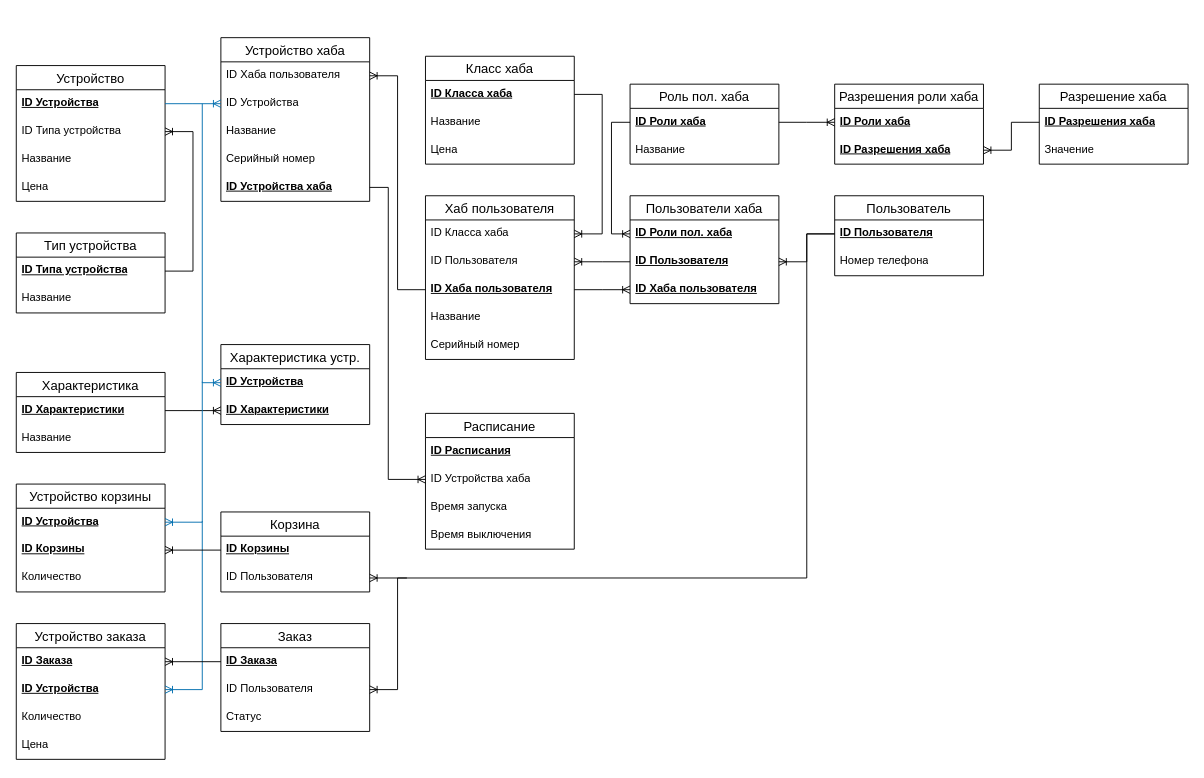
Before: systems-engineering/er-diagram.drawio in mkstas/LearningVyatSu, a draw.io diagram. Source tidied: cells renumbered, new cells numbered last; positions are measured from the earlier drawing's top-left corner, leaving out a move shared by most shapes. Both pictures are drawn from the tidied source at 93%, with x=0, y=0 at pixel (16, 37).
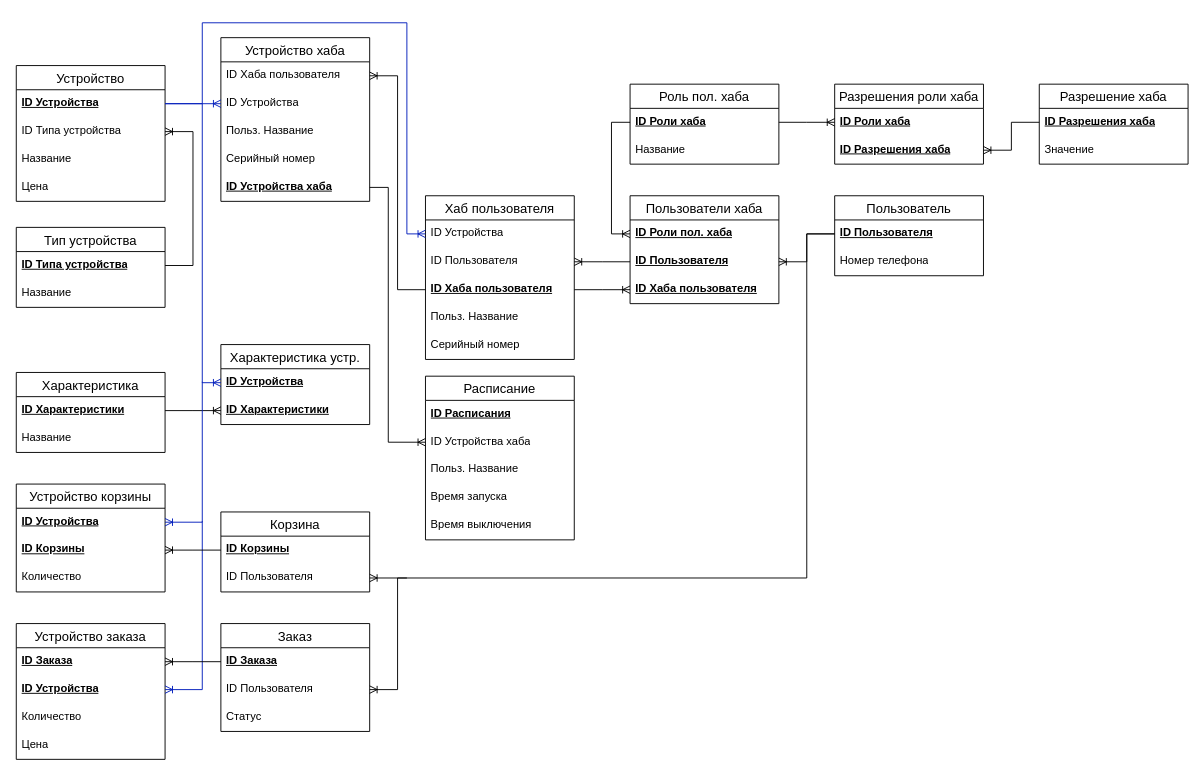
After the change.

The change refers to these unchanged cells:
```xml
<mxCell id="6" value="ID Устройства" style="text;strokeColor=none;fillColor=none;spacingLeft=4;spacingRight=4;overflow=hidden;points=[[0,0.5],[1,0.5]];portConstraint=eastwest;fontSize=12;whiteSpace=wrap;html=1;fontStyle=5;" parent="5" vertex="1">
  <mxGeometry y="26" width="160" height="30" as="geometry" />
</mxCell>
<mxCell id="14" value="Устройство хаба" style="swimlane;fontStyle=0;horizontal=1;startSize=26;align=center;fontSize=14;" parent="1" vertex="1">
  <mxGeometry x="220" width="160" height="176" as="geometry" />
</mxCell>
<mxCell id="16" value="ID Устройства" style="text;strokeColor=none;fillColor=none;spacingLeft=4;spacingRight=4;overflow=hidden;points=[[0,0.5],[1,0.5]];portConstraint=eastwest;fontSize=12;whiteSpace=wrap;html=1;" parent="14" vertex="1">
  <mxGeometry y="56" width="160" height="30" as="geometry" />
</mxCell>
<mxCell id="19" value="ID Устройства хаба" style="text;strokeColor=none;fillColor=none;spacingLeft=4;spacingRight=4;overflow=hidden;points=[[0,0.5],[1,0.5]];portConstraint=eastwest;fontSize=12;whiteSpace=wrap;html=1;fontStyle=5;" parent="14" vertex="1">
  <mxGeometry y="146" width="160" height="30" as="geometry" />
</mxCell>
<mxCell id="23" value="Хаб пользователя" style="swimlane;fontStyle=0;horizontal=1;startSize=26;align=center;fontSize=14;" parent="1" vertex="1">
  <mxGeometry x="440" y="170" width="160" height="176" as="geometry" />
</mxCell>
<mxCell id="53" value="ID Устройства" style="text;strokeColor=none;fillColor=none;spacingLeft=4;spacingRight=4;overflow=hidden;points=[[0,0.5],[1,0.5]];portConstraint=eastwest;fontSize=12;whiteSpace=wrap;html=1;fontStyle=5;" parent="52" vertex="1">
  <mxGeometry y="26" width="160" height="30" as="geometry" />
</mxCell>
<mxCell id="59" value="ID Устройства хаба" style="text;strokeColor=none;fillColor=none;spacingLeft=4;spacingRight=4;overflow=hidden;points=[[0,0.5],[1,0.5]];portConstraint=eastwest;fontSize=12;whiteSpace=wrap;html=1;" parent="57" vertex="1">
  <mxGeometry y="56" width="160" height="30" as="geometry" />
</mxCell>
<mxCell id="65" value="ID Устройства" style="text;strokeColor=none;fillColor=none;spacingLeft=4;spacingRight=4;overflow=hidden;points=[[0,0.5],[1,0.5]];portConstraint=eastwest;fontSize=12;whiteSpace=wrap;html=1;fontStyle=5;" parent="64" vertex="1">
  <mxGeometry y="26" width="160" height="30" as="geometry" />
</mxCell>
<mxCell id="74" value="ID Устройства" style="text;strokeColor=none;fillColor=none;spacingLeft=4;spacingRight=4;overflow=hidden;points=[[0,0.5],[1,0.5]];portConstraint=eastwest;fontSize=12;whiteSpace=wrap;html=1;fontStyle=5;" parent="72" vertex="1">
  <mxGeometry y="56" width="160" height="30" as="geometry" />
</mxCell>
```

The edit, as a diff of the source:
```diff
@@
     <mxCell id="2" value="Тип устройства" style="swimlane;fontStyle=0;horizontal=1;startSize=26;align=center;fontSize=14;" parent="1" vertex="1">
-      <mxGeometry y="210" width="160" height="86" as="geometry" />
+      <mxGeometry y="204" width="160" height="86" as="geometry" />
     </mxCell>
@@
-    <mxCell id="10" value="Класс хаба" style="swimlane;fontStyle=0;horizontal=1;startSize=26;align=center;fontSize=14;" parent="1" vertex="1">
-      <mxGeometry x="440" y="20" width="160" height="116" as="geometry" />
-    </mxCell>
-    <mxCell id="11" value="ID Класса хаба" style="text;strokeColor=none;fillColor=none;spacingLeft=4;spacingRight=4;overflow=hidden;points=[[0,0.5],[1,0.5]];portConstraint=eastwest;fontSize=12;whiteSpace=wrap;html=1;fontStyle=5;" parent="10" vertex="1">
-      <mxGeometry y="26" width="160" height="30" as="geometry" />
-    </mxCell>
-    <mxCell id="12" value="Название" style="text;strokeColor=none;fillColor=none;spacingLeft=4;spacingRight=4;overflow=hidden;fontSize=12;whiteSpace=wrap;html=1;" parent="10" vertex="1">
-      <mxGeometry y="56" width="160" height="30" as="geometry" />
-    </mxCell>
-    <mxCell id="13" value="Цена" style="text;strokeColor=none;fillColor=none;spacingLeft=4;spacingRight=4;overflow=hidden;fontSize=12;whiteSpace=wrap;html=1;" parent="10" vertex="1">
-      <mxGeometry y="86" width="160" height="30" as="geometry" />
-    </mxCell>
@@
-    <mxCell id="17" value="Название" style="text;strokeColor=none;fillColor=none;spacingLeft=4;spacingRight=4;overflow=hidden;fontSize=12;whiteSpace=wrap;html=1;" parent="14" vertex="1">
+    <mxCell id="17" value="Польз. Название" style="text;strokeColor=none;fillColor=none;spacingLeft=4;spacingRight=4;overflow=hidden;fontSize=12;whiteSpace=wrap;html=1;" parent="14" vertex="1">
       <mxGeometry y="86" width="160" height="30" as="geometry" />
     </mxCell>
@@
-    <mxCell id="24" value="ID Класса хаба" style="text;strokeColor=none;fillColor=none;spacingLeft=4;spacingRight=4;overflow=hidden;points=[[0,0.5],[1,0.5]];portConstraint=eastwest;fontSize=12;whiteSpace=wrap;html=1;" parent="23" vertex="1">
+    <mxCell id="24" value="ID Устройства" style="text;strokeColor=none;fillColor=none;spacingLeft=4;spacingRight=4;overflow=hidden;points=[[0,0.5],[1,0.5]];portConstraint=eastwest;fontSize=12;whiteSpace=wrap;html=1;" parent="23" vertex="1">
       <mxGeometry y="26" width="160" height="30" as="geometry" />
     </mxCell>
@@
-    <mxCell id="27" value="Название" style="text;strokeColor=none;fillColor=none;spacingLeft=4;spacingRight=4;overflow=hidden;fontSize=12;whiteSpace=wrap;html=1;" parent="23" vertex="1">
+    <mxCell id="27" value="Польз. Название" style="text;strokeColor=none;fillColor=none;spacingLeft=4;spacingRight=4;overflow=hidden;fontSize=12;whiteSpace=wrap;html=1;" parent="23" vertex="1">
       <mxGeometry y="116" width="160" height="30" as="geometry" />
     </mxCell>
@@
-    <mxCell id="30" style="edgeStyle=entityRelationEdgeStyle;fontSize=12;html=1;endArrow=ERoneToMany;rounded=0;" parent="1" edge="1" source="11" target="24">
-      <mxGeometry relative="1" as="geometry" />
-    </mxCell>
@@
-    <mxCell id="55" style="edgeStyle=entityRelationEdgeStyle;fontSize=12;html=1;endArrow=ERoneToMany;rounded=0;fillColor=#1ba1e2;strokeColor=#006EAF;" parent="1" edge="1" source="6" target="16">
+    <mxCell id="55" style="edgeStyle=entityRelationEdgeStyle;fontSize=12;html=1;endArrow=ERoneToMany;rounded=0;fillColor=#0050ef;strokeColor=#001DBC;" parent="1" edge="1" source="6" target="16">
       <mxGeometry relative="1" as="geometry" />
     </mxCell>
@@
     <mxCell id="57" value="Расписание" style="swimlane;fontStyle=0;horizontal=1;startSize=26;align=center;fontSize=14;" parent="1" vertex="1">
-      <mxGeometry x="440" y="404" width="160" height="146" as="geometry" />
+      <mxGeometry x="440" y="364" width="160" height="176" as="geometry" />
     </mxCell>
@@
+    <mxCell id="88" value="Польз. Название" style="text;strokeColor=none;fillColor=none;spacingLeft=4;spacingRight=4;overflow=hidden;fontSize=12;whiteSpace=wrap;html=1;" parent="57" vertex="1">
+      <mxGeometry y="86" width="160" height="30" as="geometry" />
+    </mxCell>
     <mxCell id="60" value="Время запуска" style="text;strokeColor=none;fillColor=none;spacingLeft=4;spacingRight=4;overflow=hidden;fontSize=12;whiteSpace=wrap;html=1;" parent="57" vertex="1">
-      <mxGeometry y="86" width="160" height="30" as="geometry" />
+      <mxGeometry y="116" width="160" height="30" as="geometry" />
     </mxCell>
     <mxCell id="61" value="Время выключения" style="text;strokeColor=none;fillColor=none;spacingLeft=4;spacingRight=4;overflow=hidden;fontSize=12;whiteSpace=wrap;html=1;" parent="57" vertex="1">
-      <mxGeometry y="116" width="160" height="30" as="geometry" />
+      <mxGeometry y="146" width="160" height="30" as="geometry" />
     </mxCell>
-    <mxCell id="62" style="endArrow=none;html=1;rounded=0;exitX=0;exitY=0.5;exitDx=0;exitDy=0;startArrow=ERoneToMany;startFill=0;fillColor=#1ba1e2;strokeColor=#006EAF;" parent="1" edge="1" source="53">
+    <mxCell id="62" style="endArrow=none;html=1;rounded=0;exitX=0;exitY=0.5;exitDx=0;exitDy=0;startArrow=ERoneToMany;startFill=0;fillColor=#0050ef;strokeColor=#001DBC;" parent="1" edge="1" source="53">
       <mxGeometry relative="1" as="geometry">
         <mxPoint x="200" y="71" as="targetPoint" />
         <Array as="points">
           <mxPoint x="200" y="371" />
         </Array>
       </mxGeometry>
     </mxCell>
     <mxCell id="63" style="endArrow=none;html=1;rounded=0;entryX=1;entryY=0.5;entryDx=0;entryDy=0;exitX=0;exitY=0.5;exitDx=0;exitDy=0;startArrow=ERoneToMany;startFill=0;" parent="1" edge="1" source="59" target="19">
       <mxGeometry relative="1" as="geometry">
         <Array as="points">
-          <mxPoint x="400" y="475" />
+          <mxPoint x="400" y="435" />
           <mxPoint x="400" y="161" />
         </Array>
       </mxGeometry>
     </mxCell>
@@
-    <mxCell id="71" style="endArrow=none;html=1;rounded=0;startArrow=ERoneToMany;startFill=0;exitX=1;exitY=0.5;exitDx=0;exitDy=0;fillColor=#1ba1e2;strokeColor=#006EAF;" parent="1" edge="1" source="65">
+    <mxCell id="71" style="endArrow=none;html=1;rounded=0;startArrow=ERoneToMany;startFill=0;exitX=1;exitY=0.5;exitDx=0;exitDy=0;fillColor=#0050ef;strokeColor=#001DBC;" parent="1" edge="1" source="65">
       <mxGeometry relative="1" as="geometry">
         <mxPoint x="200" y="370" as="targetPoint" />
         <Array as="points">
           <mxPoint x="200" y="521" />
         </Array>
       </mxGeometry>
     </mxCell>
@@
-    <mxCell id="77" style="endArrow=none;html=1;rounded=0;exitX=1;exitY=0.5;exitDx=0;exitDy=0;startArrow=ERoneToMany;startFill=0;fillColor=#1ba1e2;strokeColor=#006EAF;" parent="1" edge="1" source="74">
+    <mxCell id="77" style="endArrow=none;html=1;rounded=0;exitX=1;exitY=0.5;exitDx=0;exitDy=0;startArrow=ERoneToMany;startFill=0;fillColor=#0050ef;strokeColor=#001DBC;" parent="1" edge="1" source="74">
       <mxGeometry relative="1" as="geometry">
         <mxPoint x="200" y="520" as="targetPoint" />
         <Array as="points">
           <mxPoint x="200" y="701" />
         </Array>
       </mxGeometry>
     </mxCell>
@@
+    <mxCell id="89" style="edgeStyle=orthogonalEdgeStyle;fontSize=12;html=1;endArrow=ERoneToMany;rounded=0;fillColor=#0050ef;strokeColor=#001DBC;" parent="1" edge="1" source="6" target="24">
+      <mxGeometry relative="1" as="geometry">
+        <Array as="points">
+          <mxPoint x="200" y="71" />
+          <mxPoint x="200" y="-16" />
+          <mxPoint x="420" y="-16" />
+          <mxPoint x="420" y="211" />
+        </Array>
+      </mxGeometry>
+    </mxCell>
```
